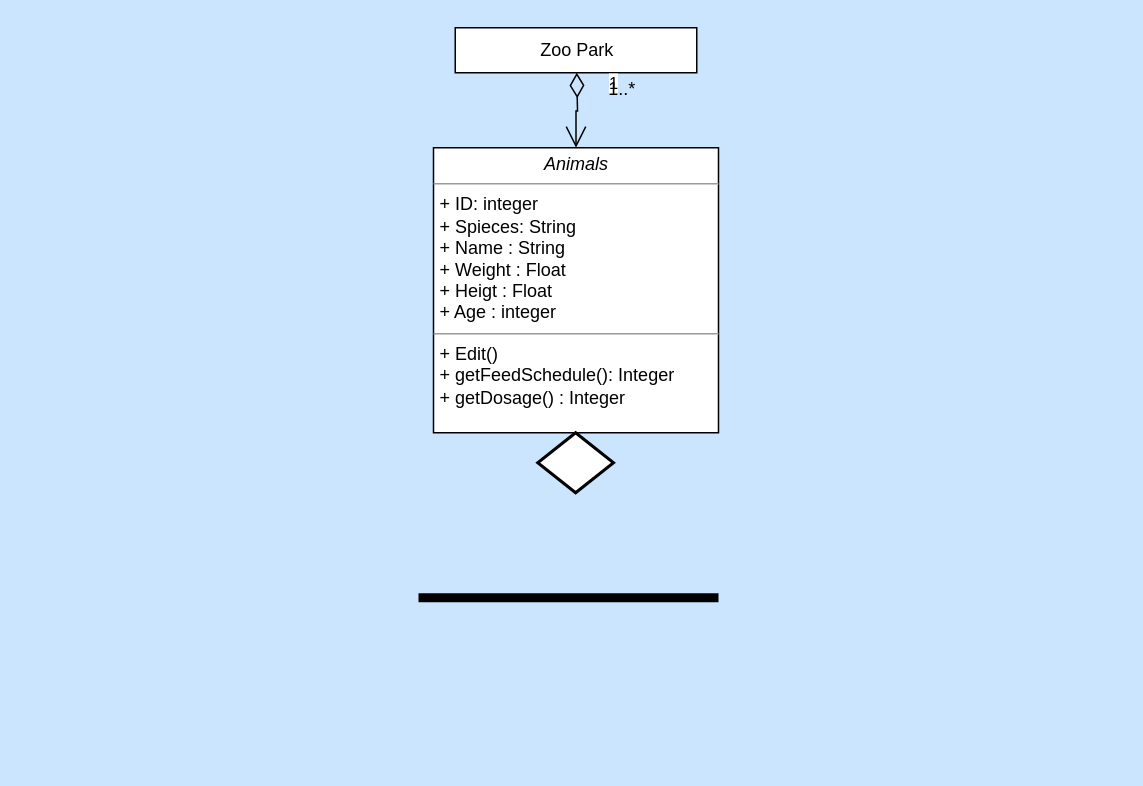
This is ZooParkDiyagram.drawio from yunuskbl/OOP-Diagrams, a draw.io file, before an edit. Source tidied: cells renumbered, new cells numbered last; positions are measured from the earlier drawing's top-left corner, leaving out a move shared by most shapes. Both pictures are drawn from the tidied source at 150%, with x=0, y=0 at pixel (417, 27).
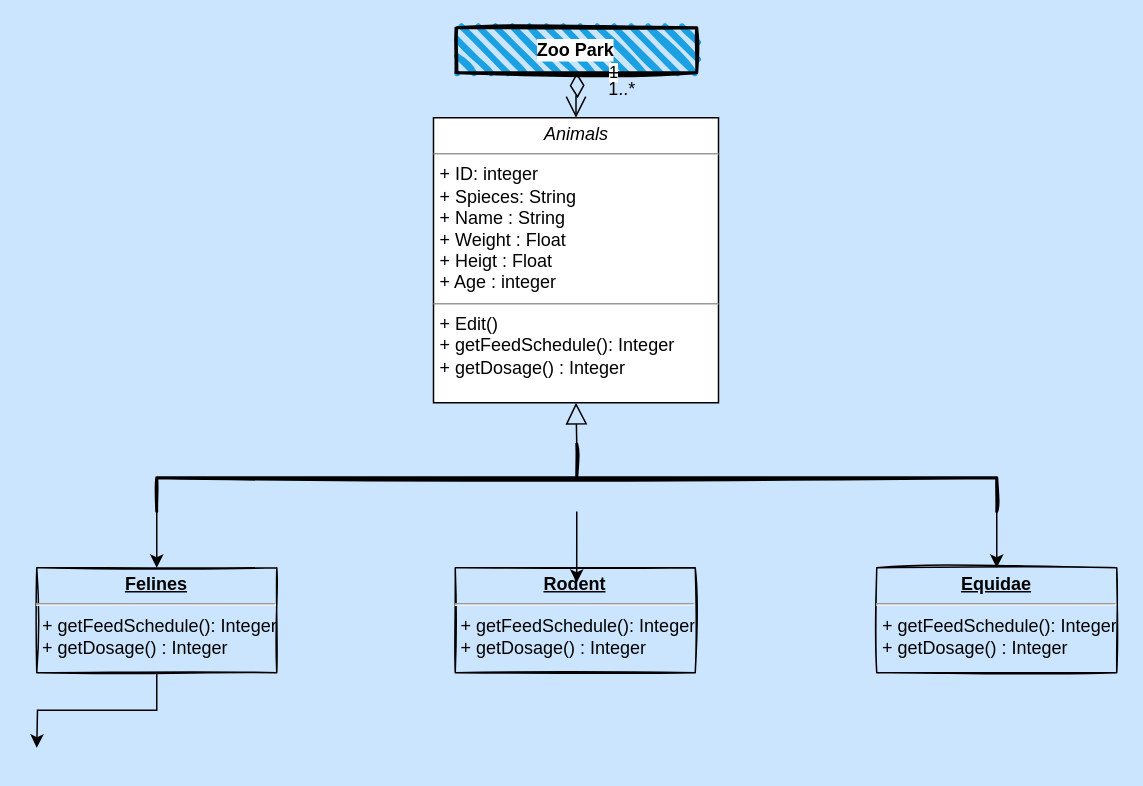
The same diagram, later.

What changed in the source:
```diff
@@
 <mxGraphModel background="#CCE5FF">
   <root>
     <mxCell id="0" />
     <mxCell id="1" parent="0" />
-    <mxCell id="2" value="Zoo Park" style="html=1;" parent="1" vertex="1">
-      <mxGeometry x="25" width="161" height="30" as="geometry" />
-    </mxCell>
+    <mxCell id="9" style="rounded=0;whiteSpace=wrap;html=1;strokeWidth=2;fillWeight=4;hachureGap=8;hachureAngle=45;fillColor=#1ba1e2;sketch=1;shadow=0;glass=0;" parent="1" vertex="1">
+      <mxGeometry x="26" width="160" height="30" as="geometry" />
+    </mxCell>
     <mxCell id="3" value="1" style="endArrow=open;html=1;endSize=12;startArrow=diamondThin;startSize=14;startFill=0;edgeStyle=orthogonalEdgeStyle;align=left;verticalAlign=bottom;rounded=0;" parent="1" edge="1" target="5">
       <mxGeometry x="-0.37" y="20" relative="1" as="geometry">
         <mxPoint x="106" y="30" as="sourcePoint" />
       </mxGeometry>
     </mxCell>
     <mxCell id="4" value="1..*" style="text;html=1;align=center;verticalAlign=middle;strokeColor=none;fillColor=none;" parent="1" vertex="1">
       <mxGeometry x="116" y="26" width="40" height="30" as="geometry" />
     </mxCell>
-    <mxCell id="5" value="&lt;p style=&quot;margin:0px;margin-top:4px;text-align:center;&quot;&gt;&lt;i&gt;Animals&lt;/i&gt;&lt;/p&gt;&lt;hr size=&quot;1&quot;&gt;&lt;p style=&quot;margin:0px;margin-left:4px;&quot;&gt;+ ID: integer&lt;/p&gt;&lt;p style=&quot;margin:0px;margin-left:4px;&quot;&gt;+ Spieces: String&lt;/p&gt;&lt;p style=&quot;margin:0px;margin-left:4px;&quot;&gt;+ Name : String&lt;/p&gt;&lt;p style=&quot;margin:0px;margin-left:4px;&quot;&gt;+ Weight : Float&lt;/p&gt;&lt;p style=&quot;margin:0px;margin-left:4px;&quot;&gt;+ Heigt : Float&lt;/p&gt;&lt;p style=&quot;margin:0px;margin-left:4px;&quot;&gt;+ Age : integer&lt;/p&gt;&lt;hr size=&quot;1&quot;&gt;&lt;p style=&quot;margin:0px;margin-left:4px;&quot;&gt;+ Edit()&lt;br&gt;+ getFeedSchedule(): Integer&lt;/p&gt;&lt;p style=&quot;margin:0px;margin-left:4px;&quot;&gt;+ getDosage() : Integer&lt;/p&gt;" style="verticalAlign=top;align=left;overflow=fill;fontSize=12;fontFamily=Helvetica;html=1;" parent="1" vertex="1">
-      <mxGeometry x="10.5" y="80" width="190" height="190" as="geometry" />
+    <mxCell id="5" value="&lt;p style=&quot;margin:0px;margin-top:4px;text-align:center;&quot;&gt;&lt;i&gt;Animals&lt;/i&gt;&lt;/p&gt;&lt;hr size=&quot;1&quot;&gt;&lt;p style=&quot;margin:0px;margin-left:4px;&quot;&gt;+ ID: integer&lt;/p&gt;&lt;p style=&quot;margin:0px;margin-left:4px;&quot;&gt;+ Spieces: String&lt;/p&gt;&lt;p style=&quot;margin:0px;margin-left:4px;&quot;&gt;+ Name : String&lt;/p&gt;&lt;p style=&quot;margin:0px;margin-left:4px;&quot;&gt;+ Weight : Float&lt;/p&gt;&lt;p style=&quot;margin:0px;margin-left:4px;&quot;&gt;+ Heigt : Float&lt;/p&gt;&lt;p style=&quot;margin:0px;margin-left:4px;&quot;&gt;+ Age : integer&lt;/p&gt;&lt;hr size=&quot;1&quot;&gt;&lt;p style=&quot;margin:0px;margin-left:4px;&quot;&gt;+ Edit()&lt;br&gt;+ getFeedSchedule(): Integer&lt;/p&gt;&lt;p style=&quot;margin:0px;margin-left:4px;&quot;&gt;+ getDosage() : Integer&lt;/p&gt;" style="verticalAlign=top;align=left;overflow=fill;fontSize=12;fontFamily=Helvetica;html=1;labelBackgroundColor=none;" parent="1" vertex="1">
+      <mxGeometry x="10.5" y="60" width="190" height="190" as="geometry" />
     </mxCell>
-    <mxCell id="6" style="shape=line;html=1;strokeWidth=6;strokeColor=#000000;" parent="1" vertex="1">
-      <mxGeometry x="0.5" y="350" width="200" height="60" as="geometry" />
-    </mxCell>
-    <mxCell id="7" style="edgeStyle=orthogonalEdgeStyle;rounded=0;jettySize=auto;html=1;exitX=0;exitY=0;exitDx=0;exitDy=0;strokeColor=#000000;" parent="1" edge="1" source="8">
-      <mxGeometry relative="1" as="geometry">
-        <mxPoint x="106" y="300" as="targetPoint" />
-      </mxGeometry>
-    </mxCell>
-    <mxCell id="8" style="rhombus;whiteSpace=wrap;html=1;strokeColor=default;strokeWidth=2;fillColor=default;" parent="1" vertex="1">
-      <mxGeometry x="80" y="270" width="50.5" height="40" as="geometry" />
-    </mxCell>
+    <mxCell id="2" value="Zoo Park" style="html=1;fillColor=none;gradientColor=#ffffff;gradientDirection=east;fontStyle=1;labelBackgroundColor=default;labelBorderColor=none;whiteSpace=wrap;" parent="1" vertex="1">
+      <mxGeometry x="25" width="161" height="30" as="geometry" />
+    </mxCell>
+    <mxCell id="10" style="endArrow=block;endFill=0;endSize=12;html=1;rounded=0;entryX=0.5;entryY=1;entryDx=0;entryDy=0;exitX=0;exitY=0.5;exitDx=0;exitDy=0;exitPerimeter=0;" parent="1" edge="1" source="14" target="5">
+      <mxGeometry relative="1" as="geometry" />
+    </mxCell>
+    <mxCell id="11" style="edgeStyle=orthogonalEdgeStyle;rounded=0;jettySize=auto;html=1;exitX=1;exitY=1;exitDx=0;exitDy=0;exitPerimeter=0;entryX=0.5;entryY=0;entryDx=0;entryDy=0;" parent="1" edge="1" source="14" target="16">
+      <mxGeometry relative="1" as="geometry" />
+    </mxCell>
+    <mxCell id="12" style="edgeStyle=orthogonalEdgeStyle;rounded=0;jettySize=auto;html=1;exitX=1;exitY=0;exitDx=0;exitDy=0;exitPerimeter=0;entryX=0.5;entryY=0;entryDx=0;entryDy=0;" parent="1" edge="1" source="14" target="18">
+      <mxGeometry relative="1" as="geometry" />
+    </mxCell>
+    <mxCell id="13" style="edgeStyle=orthogonalEdgeStyle;rounded=0;jettySize=auto;html=1;exitX=1;exitY=0.5;exitDx=0;exitDy=0;exitPerimeter=0;entryX=0.506;entryY=0.143;entryDx=0;entryDy=0;entryPerimeter=0;" parent="1" edge="1" source="14" target="17">
+      <mxGeometry relative="1" as="geometry" />
+    </mxCell>
+    <mxCell id="14" style="strokeWidth=2;html=1;shape=mxgraph.flowchart.annotation_2;align=left;labelPosition=right;rounded=0;shadow=0;glass=0;labelBackgroundColor=none;labelBorderColor=none;sketch=1;fillColor=none;gradientColor=#FF7DDC;gradientDirection=east;rotation=90;" parent="1" vertex="1">
+      <mxGeometry x="83.5" y="20" width="45" height="560" as="geometry" />
+    </mxCell>
+    <mxCell id="15" style="edgeStyle=orthogonalEdgeStyle;rounded=0;jettySize=auto;html=1;" parent="1" edge="1" source="16">
+      <mxGeometry relative="1" as="geometry">
+        <mxPoint x="-254" y="480" as="targetPoint" />
+      </mxGeometry>
+    </mxCell>
+    <mxCell id="16" value="&lt;p style=&quot;margin:0px;margin-top:4px;text-align:center;text-decoration:underline;&quot;&gt;&lt;b&gt;Felines&lt;/b&gt;&lt;/p&gt;&lt;hr&gt;&lt;p style=&quot;margin: 0px 0px 0px 4px;&quot;&gt;+ getFeedSchedule(): Integer&lt;/p&gt;&lt;p style=&quot;margin: 0px 0px 0px 4px;&quot;&gt;+ getDosage() : Integer&lt;/p&gt;" style="verticalAlign=top;align=left;overflow=fill;fontSize=12;fontFamily=Helvetica;html=1;rounded=0;shadow=0;glass=0;labelBackgroundColor=none;labelBorderColor=none;sketch=1;fillColor=none;gradientColor=#FF7DDC;gradientDirection=east;" parent="1" vertex="1">
+      <mxGeometry x="-254" y="360" width="160" height="70" as="geometry" />
+    </mxCell>
+    <mxCell id="17" value="&lt;p style=&quot;margin:0px;margin-top:4px;text-align:center;text-decoration:underline;&quot;&gt;&lt;b&gt;Rodent&lt;/b&gt;&lt;/p&gt;&lt;hr&gt;&lt;p style=&quot;margin: 0px 0px 0px 4px;&quot;&gt;+ getFeedSchedule(): Integer&lt;/p&gt;&lt;p style=&quot;margin: 0px 0px 0px 4px;&quot;&gt;+ getDosage() : Integer&lt;/p&gt;" style="verticalAlign=top;align=left;overflow=fill;fontSize=12;fontFamily=Helvetica;html=1;rounded=0;shadow=0;glass=0;labelBackgroundColor=none;labelBorderColor=none;sketch=1;fillColor=none;gradientColor=#FF7DDC;gradientDirection=east;" parent="1" vertex="1">
+      <mxGeometry x="25" y="360" width="160" height="70" as="geometry" />
+    </mxCell>
+    <mxCell id="18" value="&lt;p style=&quot;margin:0px;margin-top:4px;text-align:center;text-decoration:underline;&quot;&gt;&lt;b&gt;Equidae&lt;/b&gt;&lt;/p&gt;&lt;hr&gt;&lt;p style=&quot;margin: 0px 0px 0px 4px;&quot;&gt;+ getFeedSchedule(): Integer&lt;/p&gt;&lt;p style=&quot;margin: 0px 0px 0px 4px;&quot;&gt;+ getDosage() : Integer&lt;/p&gt;" style="verticalAlign=top;align=left;overflow=fill;fontSize=12;fontFamily=Helvetica;html=1;rounded=0;shadow=0;glass=0;labelBackgroundColor=none;labelBorderColor=none;sketch=1;fillColor=none;gradientColor=#FF7DDC;gradientDirection=east;" parent="1" vertex="1">
+      <mxGeometry x="306" y="360" width="160" height="70" as="geometry" />
+    </mxCell>
   </root>
 </mxGraphModel>
```
